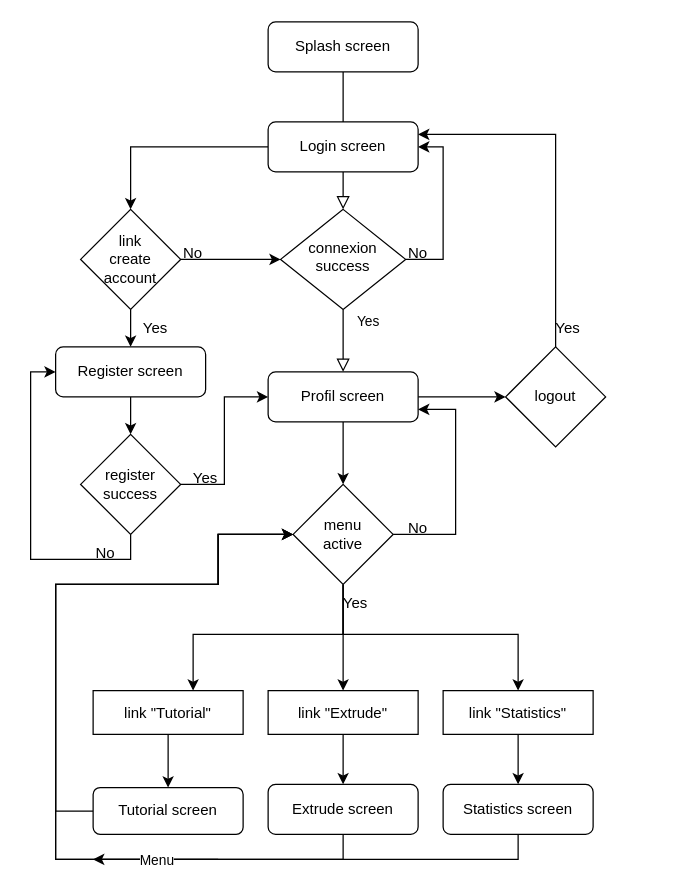
Above: Diagramme sans nom.drawio in joebar27/Bottle-Recycler-PET-App (draw.io), before the change. Source tidied: cells renumbered, new cells numbered last; positions are measured from the earlier drawing's top-left corner, leaving out a move shared by most shapes. Both pictures are drawn from the tidied source at 125%, with x=0, y=0 at pixel (55, 21).
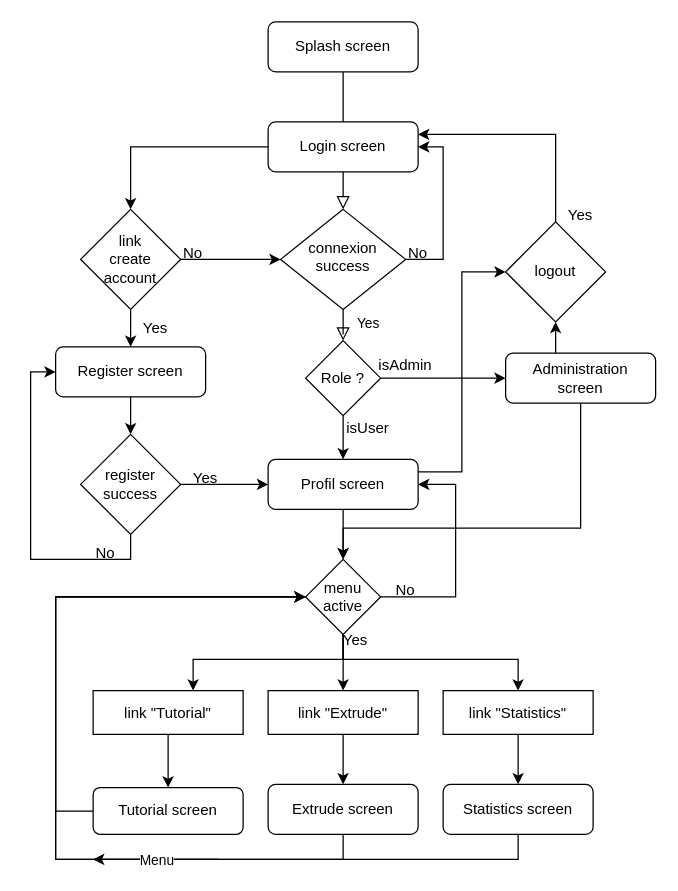
The same page after the edit.

Commit message (it also covers changes not shown here):
Mettre à jour Diagramme sans nom.drawio

The change refers to these unchanged cells:
```xml
<mxCell id="6" value="connexion&lt;br&gt;success" style="rhombus;whiteSpace=wrap;html=1;shadow=0;fontFamily=Helvetica;fontSize=12;align=center;strokeWidth=1;spacing=6;spacingTop=-4;" parent="1" vertex="1">
  <mxGeometry x="180" y="150" width="100" height="80" as="geometry" />
</mxCell>
<mxCell id="34" value="link &quot;Tutorial&quot;" style="rounded=0;whiteSpace=wrap;html=1;" parent="1" vertex="1">
  <mxGeometry x="30" y="535" width="120" height="35" as="geometry" />
</mxCell>
<mxCell id="38" value="link &quot;Statistics&quot;" style="rounded=0;whiteSpace=wrap;html=1;" parent="1" vertex="1">
  <mxGeometry x="310" y="535" width="120" height="35" as="geometry" />
</mxCell>
<mxCell id="43" value="Tutorial screen" style="rounded=1;whiteSpace=wrap;html=1;" parent="1" vertex="1">
  <mxGeometry x="30" y="612.5" width="120" height="37.5" as="geometry" />
</mxCell>
<mxCell id="45" value="Extrude screen" style="rounded=1;whiteSpace=wrap;html=1;" parent="1" vertex="1">
  <mxGeometry x="170" y="610" width="120" height="40" as="geometry" />
</mxCell>
<mxCell id="47" value="Statistics screen" style="rounded=1;whiteSpace=wrap;html=1;" parent="1" vertex="1">
  <mxGeometry x="310" y="610" width="120" height="40" as="geometry" />
</mxCell>
```

What changed in the source:
```diff
@@
-    <mxCell id="4" value="Yes" style="rounded=0;html=1;jettySize=auto;fontSize=11;endArrow=block;endFill=0;endSize=8;strokeWidth=1;shadow=0;labelBackgroundColor=none;edgeStyle=orthogonalEdgeStyle;" parent="1" edge="1" source="6">
-      <mxGeometry x="-0.6" y="20" relative="1" as="geometry">
-        <mxPoint x="230" y="280" as="targetPoint" />
-      </mxGeometry>
+    <mxCell id="4" value="Yes" style="rounded=0;html=1;jettySize=auto;fontSize=11;endArrow=block;endFill=0;endSize=8;strokeWidth=1;shadow=0;labelBackgroundColor=none;edgeStyle=orthogonalEdgeStyle;entryX=0.5;entryY=0;entryDx=0;entryDy=0;" parent="1" edge="1" source="6" target="51">
+      <mxGeometry x="-0.6" y="20" relative="1" as="geometry" />
     </mxCell>
@@
     <mxCell id="7" style="edgeStyle=orthogonalEdgeStyle;rounded=0;jettySize=auto;html=1;entryX=0;entryY=0.5;entryDx=0;entryDy=0;" parent="1" edge="1" source="8" target="40">
-      <mxGeometry relative="1" as="geometry" />
+      <mxGeometry relative="1" as="geometry">
+        <Array as="points">
+          <mxPoint x="325" y="360" />
+          <mxPoint x="325" y="200" />
+        </Array>
+      </mxGeometry>
     </mxCell>
+    <mxCell id="25" style="edgeStyle=orthogonalEdgeStyle;rounded=0;jettySize=auto;html=1;entryX=0.5;entryY=0;entryDx=0;entryDy=0;" parent="1" edge="1" source="8" target="29">
+      <mxGeometry relative="1" as="geometry" />
+    </mxCell>
     <mxCell id="8" value="Profil screen" style="rounded=1;whiteSpace=wrap;html=1;fontSize=12;glass=0;strokeWidth=1;shadow=0;" parent="1" vertex="1">
-      <mxGeometry x="170" y="280" width="120" height="40" as="geometry" />
+      <mxGeometry x="170" y="350" width="120" height="40" as="geometry" />
     </mxCell>
@@
-    <mxCell id="25" style="edgeStyle=orthogonalEdgeStyle;rounded=0;jettySize=auto;html=1;" parent="1" edge="1" source="8" target="29">
-      <mxGeometry relative="1" as="geometry" />
-    </mxCell>
-    <mxCell id="26" style="edgeStyle=orthogonalEdgeStyle;rounded=0;jettySize=auto;html=1;exitX=1;exitY=0.5;exitDx=0;exitDy=0;" parent="1" edge="1" source="29">
+    <mxCell id="26" style="edgeStyle=orthogonalEdgeStyle;rounded=0;jettySize=auto;html=1;exitX=1;exitY=0.5;exitDx=0;exitDy=0;entryX=1;entryY=0.5;entryDx=0;entryDy=0;" parent="1" edge="1" source="29" target="8">
       <mxGeometry relative="1" as="geometry">
-        <mxPoint x="290" y="310" as="targetPoint" />
         <Array as="points">
-          <mxPoint x="320" y="410" />
-          <mxPoint x="320" y="310" />
-          <mxPoint x="290" y="310" />
+          <mxPoint x="320" y="460" />
+          <mxPoint x="320" y="370" />
         </Array>
       </mxGeometry>
     </mxCell>
@@
     <mxCell id="28" style="edgeStyle=orthogonalEdgeStyle;rounded=0;jettySize=auto;html=1;entryX=0.5;entryY=0;entryDx=0;entryDy=0;" parent="1" edge="1" source="29" target="38">
       <mxGeometry relative="1" as="geometry">
         <Array as="points">
-          <mxPoint x="230" y="490" />
-          <mxPoint x="370" y="490" />
+          <mxPoint x="230" y="510" />
+          <mxPoint x="370" y="510" />
         </Array>
       </mxGeometry>
     </mxCell>
     <mxCell id="29" value="menu&lt;br&gt;active" style="rhombus;whiteSpace=wrap;html=1;" parent="1" vertex="1">
-      <mxGeometry x="190" y="370" width="80" height="80" as="geometry" />
+      <mxGeometry x="200" y="430" width="60" height="60" as="geometry" />
     </mxCell>
     <mxCell id="30" value="No" style="text;strokeColor=none;align=center;fillColor=none;html=1;verticalAlign=middle;whiteSpace=wrap;rounded=0;" parent="1" vertex="1">
-      <mxGeometry x="260" y="390" width="60" height="30" as="geometry" />
+      <mxGeometry x="250" y="440" width="60" height="30" as="geometry" />
     </mxCell>
     <mxCell id="31" value="Yes" style="text;strokeColor=none;align=center;fillColor=none;html=1;verticalAlign=middle;whiteSpace=wrap;rounded=0;" parent="1" vertex="1">
-      <mxGeometry x="210" y="450" width="60" height="30" as="geometry" />
+      <mxGeometry x="210" y="480" width="60" height="30" as="geometry" />
     </mxCell>
     <mxCell id="32" style="edgeStyle=orthogonalEdgeStyle;rounded=0;jettySize=auto;html=1;" parent="1" edge="1" source="29" target="34">
       <mxGeometry relative="1" as="geometry">
         <Array as="points">
-          <mxPoint x="230" y="490" />
-          <mxPoint x="110" y="490" />
+          <mxPoint x="230" y="510" />
+          <mxPoint x="110" y="510" />
         </Array>
       </mxGeometry>
     </mxCell>
@@
     <mxCell id="40" value="logout" style="rhombus;whiteSpace=wrap;html=1;" parent="1" vertex="1">
-      <mxGeometry x="360" y="260" width="80" height="80" as="geometry" />
+      <mxGeometry x="360" y="160" width="80" height="80" as="geometry" />
     </mxCell>
     <mxCell id="41" value="Yes" style="text;strokeColor=none;align=center;fillColor=none;html=1;verticalAlign=middle;whiteSpace=wrap;rounded=0;" parent="1" vertex="1">
-      <mxGeometry x="380" y="230" width="60" height="30" as="geometry" />
+      <mxGeometry x="390" y="140" width="60" height="30" as="geometry" />
     </mxCell>
     <mxCell id="42" style="edgeStyle=orthogonalEdgeStyle;rounded=0;jettySize=auto;html=1;entryX=0;entryY=0.5;entryDx=0;entryDy=0;" parent="1" edge="1" source="43" target="29">
       <mxGeometry relative="1" as="geometry">
         <Array as="points">
           <mxPoint y="631" />
-          <mxPoint y="450" />
-          <mxPoint x="130" y="450" />
-          <mxPoint x="130" y="410" />
+          <mxPoint y="460" />
         </Array>
       </mxGeometry>
     </mxCell>
@@
     <mxCell id="44" style="edgeStyle=orthogonalEdgeStyle;rounded=0;jettySize=auto;html=1;entryX=0;entryY=0.5;entryDx=0;entryDy=0;" parent="1" edge="1" source="45" target="29">
       <mxGeometry relative="1" as="geometry">
         <Array as="points">
           <mxPoint x="230" y="670" />
           <mxPoint y="670" />
-          <mxPoint y="450" />
-          <mxPoint x="130" y="450" />
-          <mxPoint x="130" y="410" />
+          <mxPoint y="460" />
         </Array>
       </mxGeometry>
     </mxCell>
@@
     <mxCell id="46" style="edgeStyle=orthogonalEdgeStyle;rounded=0;jettySize=auto;html=1;entryX=0;entryY=0.5;entryDx=0;entryDy=0;" parent="1" edge="1" source="47" target="29">
       <mxGeometry relative="1" as="geometry">
         <Array as="points">
           <mxPoint x="370" y="670" />
           <mxPoint y="670" />
-          <mxPoint y="450" />
-          <mxPoint x="130" y="450" />
-          <mxPoint x="130" y="410" />
+          <mxPoint y="460" />
         </Array>
       </mxGeometry>
     </mxCell>
@@
+    <mxCell id="50" style="edgeStyle=orthogonalEdgeStyle;rounded=0;jettySize=auto;html=1;" parent="1" edge="1" source="51" target="8">
+      <mxGeometry relative="1" as="geometry" />
+    </mxCell>
+    <mxCell id="51" value="Role ?" style="rhombus;whiteSpace=wrap;html=1;" parent="1" vertex="1">
+      <mxGeometry x="200" y="255" width="60" height="60" as="geometry" />
+    </mxCell>
+    <mxCell id="52" value="isUser" style="text;strokeColor=none;align=center;fillColor=none;html=1;verticalAlign=middle;whiteSpace=wrap;rounded=0;" parent="1" vertex="1">
+      <mxGeometry x="220" y="310" width="60" height="30" as="geometry" />
+    </mxCell>
+    <mxCell id="53" value="isAdmin" style="text;strokeColor=none;align=center;fillColor=none;html=1;verticalAlign=middle;whiteSpace=wrap;rounded=0;" parent="1" vertex="1">
+      <mxGeometry x="250" y="260" width="60" height="30" as="geometry" />
+    </mxCell>
+    <mxCell id="54" style="edgeStyle=orthogonalEdgeStyle;rounded=0;jettySize=auto;html=1;entryX=0.5;entryY=0;entryDx=0;entryDy=0;" parent="1" edge="1" target="29">
+      <mxGeometry relative="1" as="geometry">
+        <mxPoint x="420" y="290" as="sourcePoint" />
+        <Array as="points">
+          <mxPoint x="420" y="405" />
+          <mxPoint x="230" y="405" />
+        </Array>
+      </mxGeometry>
+    </mxCell>
+    <mxCell id="55" style="edgeStyle=orthogonalEdgeStyle;rounded=0;jettySize=auto;html=1;" parent="1" edge="1" source="51" target="57">
+      <mxGeometry relative="1" as="geometry" />
+    </mxCell>
+    <mxCell id="56" style="edgeStyle=orthogonalEdgeStyle;rounded=0;jettySize=auto;html=1;entryX=0.5;entryY=1;entryDx=0;entryDy=0;" parent="1" edge="1" source="57" target="40">
+      <mxGeometry relative="1" as="geometry">
+        <Array as="points">
+          <mxPoint x="400" y="260" />
+          <mxPoint x="400" y="260" />
+        </Array>
+      </mxGeometry>
+    </mxCell>
+    <mxCell id="57" value="Administration&lt;br&gt;screen" style="rounded=1;whiteSpace=wrap;html=1;" parent="1" vertex="1">
+      <mxGeometry x="360" y="265" width="120" height="40" as="geometry" />
+    </mxCell>
```
